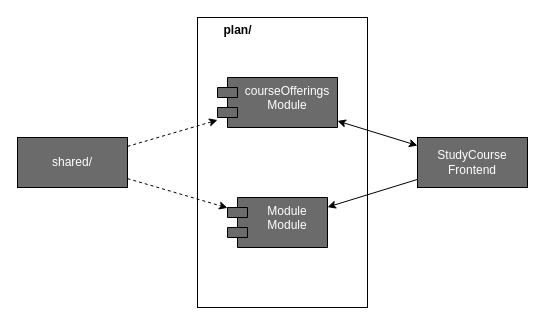
This is Building_Block_lcms_level_3_3.drawio from MarkTkachov/lcms_diagrams, a draw.io file, before an edit. Source tidied: cells renumbered, new cells numbered last; positions are measured from the earlier drawing's top-left corner, leaving out a move shared by most shapes. Both pictures are drawn from the tidied source at 100%, with x=0, y=0 at pixel (17, 17).
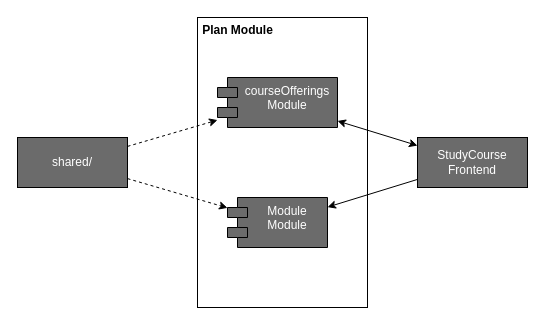
After the change.

Diff of the diagram source:
```diff
@@
 <mxGraphModel>
   <root>
     <mxCell id="0" />
     <mxCell id="1" parent="0" />
     <mxCell id="2" style="rounded=0;whiteSpace=wrap;html=1;" parent="1" vertex="1">
       <mxGeometry x="180" width="170" height="290" as="geometry" />
     </mxCell>
-    <mxCell id="3" value="plan/" style="text;align=center;fontStyle=1;verticalAlign=middle;spacingLeft=3;spacingRight=3;strokeColor=none;html=1;" parent="1" vertex="1">
+    <mxCell id="3" value="Plan Module" style="text;align=center;fontStyle=1;verticalAlign=middle;spacingLeft=3;spacingRight=3;strokeColor=none;html=1;" parent="1" vertex="1">
       <mxGeometry x="180" width="80" height="26" as="geometry" />
     </mxCell>
     <mxCell id="4" style="rounded=0;jettySize=auto;html=1;dashed=1;" parent="1" edge="1" source="6" target="11">
       <mxGeometry relative="1" as="geometry" />
     </mxCell>
     <mxCell id="5" style="rounded=0;jettySize=auto;html=1;dashed=1;" parent="1" edge="1" source="6" target="10">
       <mxGeometry relative="1" as="geometry" />
     </mxCell>
     <mxCell id="6" value="shared/" style="html=1;whiteSpace=wrap;fillColor=#6B6B6B;fontColor=#FFFFFF;" parent="1" vertex="1">
       <mxGeometry y="120" width="110" height="50" as="geometry" />
     </mxCell>
     <mxCell id="7" style="rounded=0;jettySize=auto;html=1;startArrow=classic;startFill=1;" parent="1" edge="1" source="9" target="11">
       <mxGeometry relative="1" as="geometry" />
     </mxCell>
     <mxCell id="8" style="rounded=0;jettySize=auto;html=1;" parent="1" edge="1" source="9" target="10">
       <mxGeometry relative="1" as="geometry" />
     </mxCell>
     <mxCell id="9" value="StudyCourse Frontend" style="html=1;whiteSpace=wrap;fillColor=#6B6B6B;fontColor=#FFFFFF;" parent="1" vertex="1">
       <mxGeometry x="400" y="120" width="110" height="50" as="geometry" />
     </mxCell>
     <mxCell id="10" value="&lt;div&gt;Module&lt;/div&gt;&lt;div&gt;Module&lt;/div&gt;" style="shape=module;align=left;spacingLeft=20;align=center;verticalAlign=top;whiteSpace=wrap;html=1;fillColor=#6B6B6B;fontColor=#FFFFFF;" parent="1" vertex="1">
       <mxGeometry x="210" y="180" width="100" height="50" as="geometry" />
     </mxCell>
     <mxCell id="11" value="&lt;div&gt;courseOfferings &lt;br&gt;&lt;/div&gt;&lt;div&gt;Module&lt;br&gt;&lt;/div&gt;" style="shape=module;align=left;spacingLeft=20;align=center;verticalAlign=top;whiteSpace=wrap;html=1;fillColor=#6B6B6B;fontColor=#FFFFFF;" parent="1" vertex="1">
       <mxGeometry x="200" y="60" width="120" height="50" as="geometry" />
     </mxCell>
   </root>
 </mxGraphModel>
```
